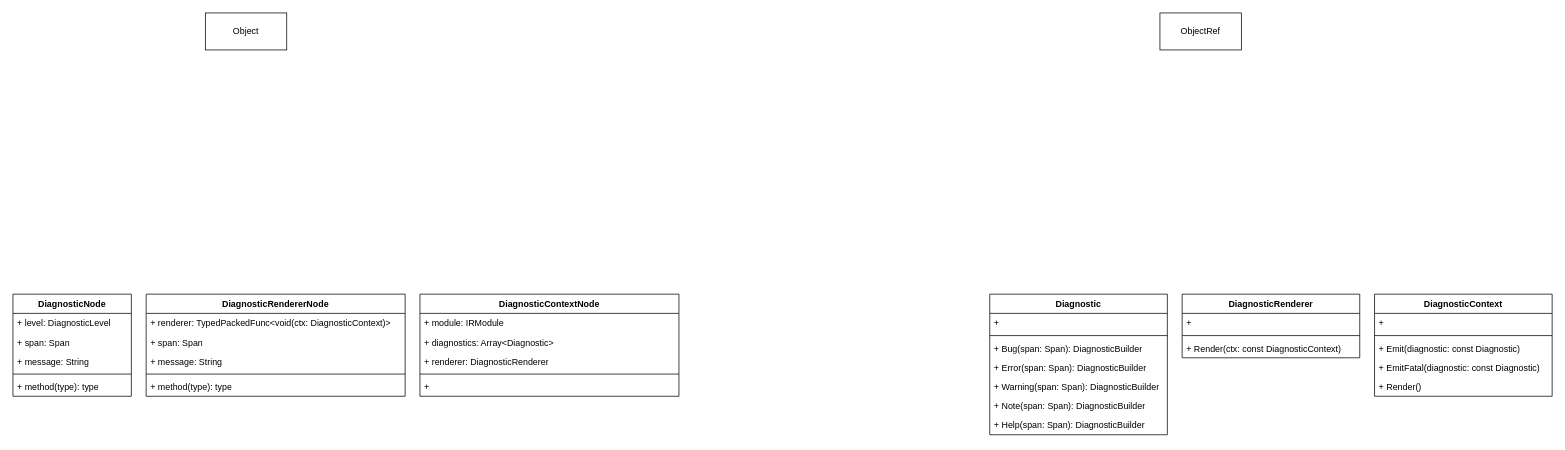
gdhzyz/draws keeps this draw.io diagram as page "diagnostic" (5 of 6) of ir.drawio. Above is the earlier version. Source tidied: cells renumbered, new cells numbered last; positions are measured from the earlier drawing's top-left corner, leaving out a move shared by most shapes. Both pictures are drawn from the tidied source at 74%, with x=0, y=0 at pixel (13, 13).
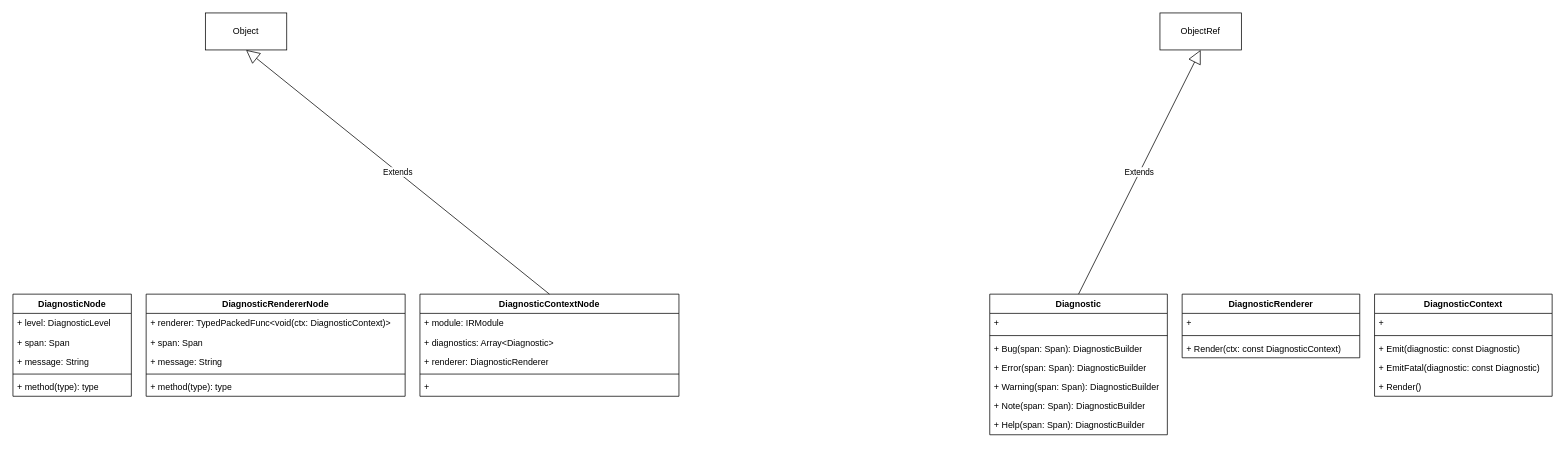
The same page after the edit.

The change refers to these unchanged cells:
```xml
<mxCell id="2" value="Object" style="html=1;whiteSpace=wrap;" parent="1" vertex="1">
  <mxGeometry x="260" width="110" height="50" as="geometry" />
</mxCell>
<mxCell id="9" value="ObjectRef" style="html=1;whiteSpace=wrap;" parent="1" vertex="1">
  <mxGeometry x="1550" width="110" height="50" as="geometry" />
</mxCell>
<mxCell id="10" value="Diagnostic" style="swimlane;fontStyle=1;align=center;verticalAlign=top;horizontal=1;startSize=26;whiteSpace=wrap;html=1;" parent="1" vertex="1">
  <mxGeometry x="1320" y="380" width="240" height="190" as="geometry" />
</mxCell>
<mxCell id="28" value="DiagnosticContextNode" style="swimlane;fontStyle=1;align=center;verticalAlign=top;horizontal=1;startSize=26;whiteSpace=wrap;html=1;" parent="1" vertex="1">
  <mxGeometry x="550" y="380" width="350" height="138" as="geometry" />
</mxCell>
```

The edit, as a diff of the source:
```diff
@@
+    <mxCell id="40" value="Extends" style="endArrow=block;endSize=16;endFill=0;html=1;rounded=0;exitX=0.5;exitY=0;exitDx=0;exitDy=0;entryX=0.5;entryY=1;entryDx=0;entryDy=0;" parent="1" edge="1" source="28" target="2">
+      <mxGeometry relative="1" as="geometry" />
+    </mxCell>
+    <mxCell id="41" value="Extends" style="endArrow=block;endSize=16;endFill=0;html=1;rounded=0;exitX=0.5;exitY=0;exitDx=0;exitDy=0;entryX=0.5;entryY=1;entryDx=0;entryDy=0;" parent="1" edge="1" source="10" target="9">
+      <mxGeometry relative="1" as="geometry" />
+    </mxCell>
```
